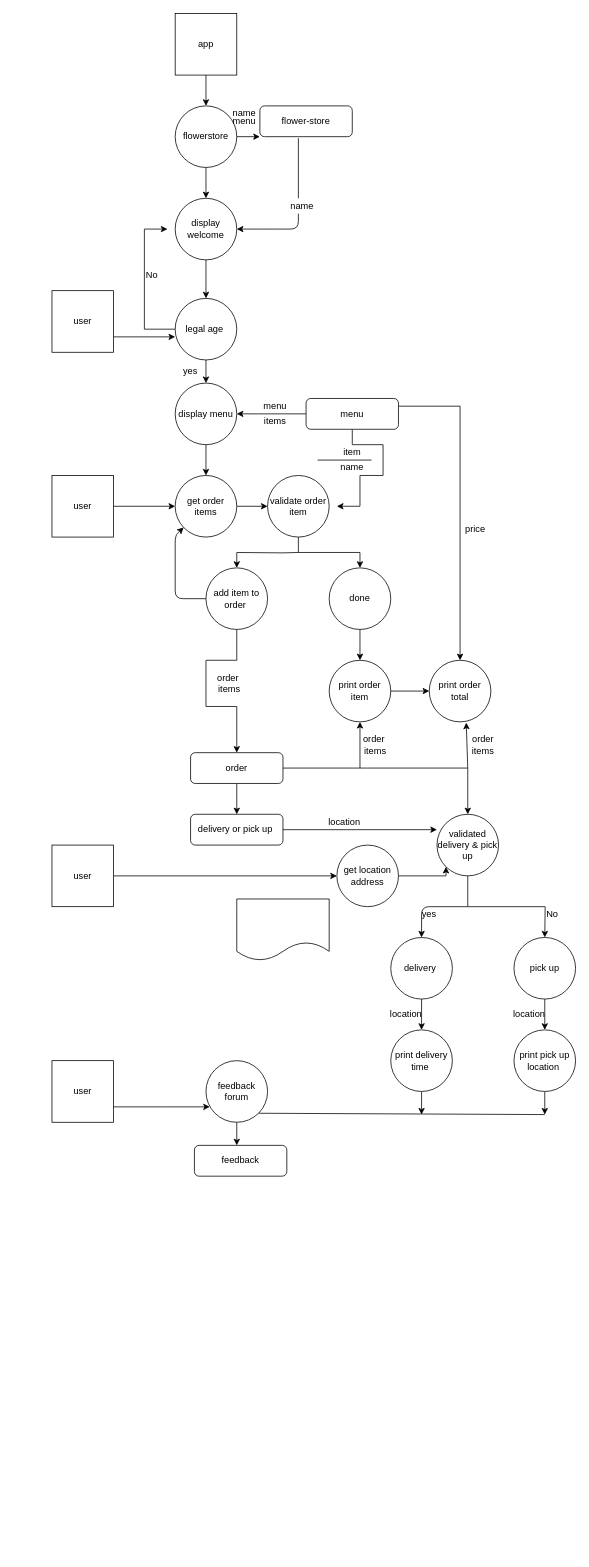
Before: Untitled Diagram.drawio in Gebrekidan-maker/app., a draw.io diagram. Source tidied: cells renumbered, new cells numbered last; positions are measured from the earlier drawing's top-left corner, leaving out a move shared by most shapes. Both pictures are drawn from the tidied source at 77%, with x=0, y=0 at pixel (52, 13).
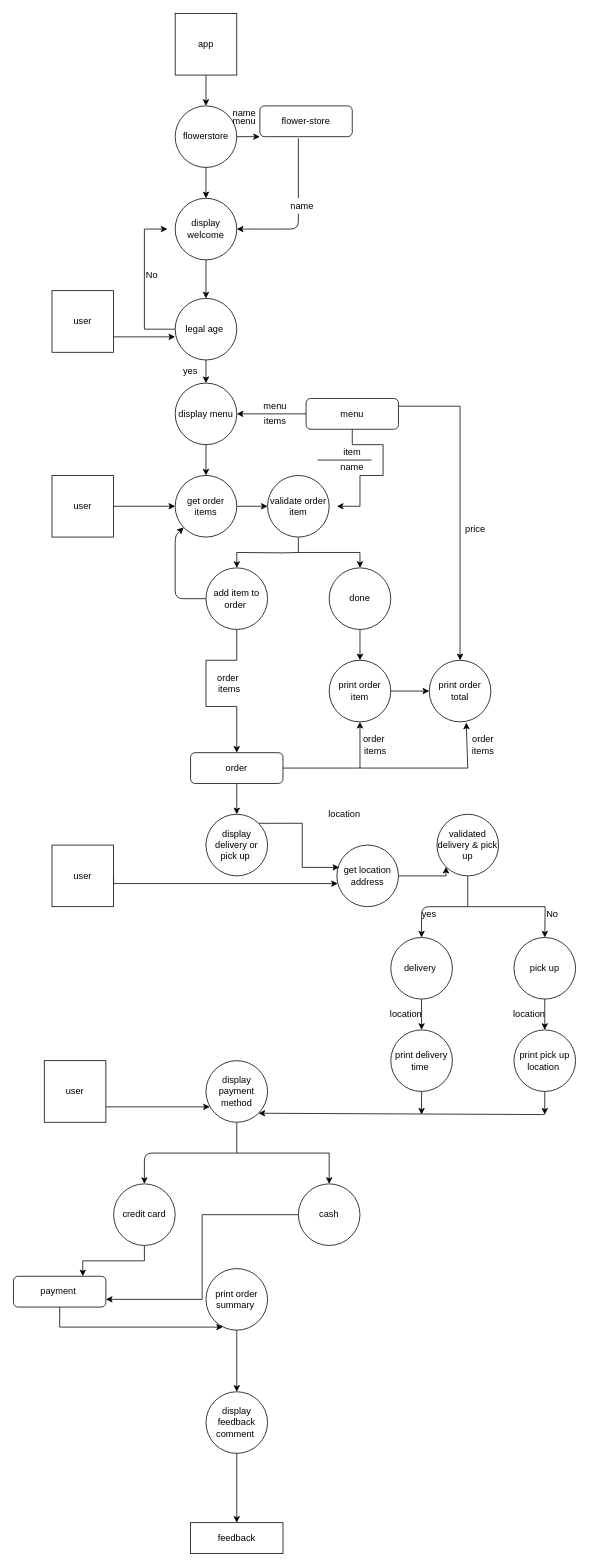
After the change.

Unchanged cells that the change refers to:
```xml
<mxCell id="41" value="order" style="rounded=1;whiteSpace=wrap;html=1;" parent="1" vertex="1">
  <mxGeometry x="180" y="960" width="120" height="40" as="geometry" />
</mxCell>
<mxCell id="59" value="validated delivery &amp;amp; pick up" style="ellipse;whiteSpace=wrap;html=1;" parent="1" vertex="1">
  <mxGeometry x="500" y="1040" width="80" height="80" as="geometry" />
</mxCell>
<mxCell id="62" value="get location address" style="ellipse;whiteSpace=wrap;html=1;" parent="1" vertex="1">
  <mxGeometry x="370" y="1080" width="80" height="80" as="geometry" />
</mxCell>
<mxCell id="64" value="user" style="whiteSpace=wrap;html=1;" parent="1" vertex="1">
  <mxGeometry y="1080" width="80" height="80" as="geometry" />
</mxCell>
```

Change to the diagram source:
```diff
@@
-    <mxCell id="40" style="edgeStyle=orthogonalEdgeStyle;rounded=0;jettySize=auto;html=1;exitX=0.5;exitY=1;exitDx=0;exitDy=0;entryX=0.5;entryY=0;entryDx=0;entryDy=0;" parent="1" edge="1" source="41" target="56">
-      <mxGeometry relative="1" as="geometry" />
+    <mxCell id="40" style="edgeStyle=orthogonalEdgeStyle;rounded=0;jettySize=auto;html=1;exitX=0.5;exitY=1;exitDx=0;exitDy=0;entryX=0.5;entryY=0;entryDx=0;entryDy=0;" parent="1" edge="1" source="41">
+      <mxGeometry relative="1" as="geometry">
+        <mxPoint x="240" y="1040" as="targetPoint" />
+      </mxGeometry>
     </mxCell>
@@
-    <mxCell id="55" style="edgeStyle=orthogonalEdgeStyle;rounded=0;jettySize=auto;html=1;exitX=1;exitY=0.5;exitDx=0;exitDy=0;entryX=0;entryY=0.25;entryDx=0;entryDy=0;entryPerimeter=0;" parent="1" edge="1" source="56" target="59">
-      <mxGeometry relative="1" as="geometry" />
-    </mxCell>
-    <mxCell id="56" value="delivery or pick up&amp;nbsp;" style="rounded=1;whiteSpace=wrap;html=1;" parent="1" vertex="1">
-      <mxGeometry x="180" y="1040" width="120" height="40" as="geometry" />
-    </mxCell>
@@
-    <mxCell id="60" style="endArrow=classic;html=1;entryX=0.5;entryY=0;entryDx=0;entryDy=0;" parent="1" edge="1" target="59">
-      <mxGeometry relative="1" as="geometry">
-        <mxPoint x="540" y="980" as="sourcePoint" />
-      </mxGeometry>
-    </mxCell>
     <mxCell id="61" value="location" style="text;html=1;strokeColor=none;fillColor=none;align=center;verticalAlign=middle;whiteSpace=wrap;rounded=0;" parent="1" vertex="1">
-      <mxGeometry x="360" y="1040" width="40" height="20" as="geometry" />
+      <mxGeometry x="360" y="1030" width="40" height="20" as="geometry" />
     </mxCell>
@@
     <mxCell id="63" style="edgeStyle=orthogonalEdgeStyle;rounded=0;jettySize=auto;html=1;exitX=1;exitY=0.5;exitDx=0;exitDy=0;" parent="1" edge="1" source="64" target="62">
-      <mxGeometry relative="1" as="geometry" />
+      <mxGeometry relative="1" as="geometry">
+        <Array as="points">
+          <mxPoint x="80" y="1130" />
+        </Array>
+      </mxGeometry>
     </mxCell>
@@
     <mxCell id="79" value="user" style="whiteSpace=wrap;html=1;" parent="1" vertex="1">
-      <mxGeometry y="1360" width="80" height="80" as="geometry" />
+      <mxGeometry x="-10" y="1360" width="80" height="80" as="geometry" />
     </mxCell>
-    <mxCell id="80" style="endArrow=none;html=1;exitX=1;exitY=1;exitDx=0;exitDy=0;" parent="1" edge="1" source="82">
-      <mxGeometry relative="1" as="geometry">
-        <mxPoint x="640" y="1430" as="targetPoint" />
-      </mxGeometry>
-    </mxCell>
-    <mxCell id="81" style="edgeStyle=orthogonalEdgeStyle;rounded=0;jettySize=auto;html=1;exitX=0.5;exitY=1;exitDx=0;exitDy=0;" parent="1" edge="1" source="82">
-      <mxGeometry relative="1" as="geometry">
-        <mxPoint x="240" y="1470" as="targetPoint" />
-      </mxGeometry>
-    </mxCell>
+    <mxCell id="87" style="edgeStyle=orthogonalEdgeStyle;rounded=0;jettySize=auto;html=1;" parent="1" edge="1" source="82" target="90">
+      <mxGeometry relative="1" as="geometry">
+        <Array as="points">
+          <mxPoint x="240" y="1480" />
+          <mxPoint x="360" y="1480" />
+        </Array>
+      </mxGeometry>
+    </mxCell>
-    <mxCell id="82" value="feedback forum" style="ellipse;whiteSpace=wrap;html=1;" parent="1" vertex="1">
+    <mxCell id="82" value="display payment method" style="ellipse;whiteSpace=wrap;html=1;" parent="1" vertex="1">
       <mxGeometry x="200" y="1360" width="80" height="80" as="geometry" />
     </mxCell>
-    <mxCell id="83" value="feedback" style="rounded=1;whiteSpace=wrap;html=1;" parent="1" vertex="1">
-      <mxGeometry x="185" y="1470" width="120" height="40" as="geometry" />
-    </mxCell>
@@
-    <mxCell id="86" style="shape=document;whiteSpace=wrap;html=1;boundedLbl=1;" parent="1" vertex="1">
-      <mxGeometry x="240" y="1150" width="120" height="80" as="geometry" />
-    </mxCell>
+    <mxCell id="88" style="endArrow=classic;html=1;entryX=1;entryY=1;entryDx=0;entryDy=0;" parent="1" edge="1" target="82">
+      <mxGeometry relative="1" as="geometry">
+        <mxPoint x="640" y="1430" as="sourcePoint" />
+      </mxGeometry>
+    </mxCell>
+    <mxCell id="89" style="edgeStyle=orthogonalEdgeStyle;rounded=0;jettySize=auto;html=1;exitX=0;exitY=0.5;exitDx=0;exitDy=0;entryX=1;entryY=0.75;entryDx=0;entryDy=0;" parent="1" edge="1" source="90" target="101">
+      <mxGeometry relative="1" as="geometry" />
+    </mxCell>
+    <mxCell id="90" value="cash" style="ellipse;whiteSpace=wrap;html=1;" parent="1" vertex="1">
+      <mxGeometry x="320" y="1520" width="80" height="80" as="geometry" />
+    </mxCell>
+    <mxCell id="91" style="endArrow=classic;html=1;entryX=0.5;entryY=0;entryDx=0;entryDy=0;" parent="1" edge="1" target="93">
+      <mxGeometry relative="1" as="geometry">
+        <mxPoint x="240" y="1480" as="sourcePoint" />
+        <Array as="points">
+          <mxPoint x="120" y="1480" />
+        </Array>
+      </mxGeometry>
+    </mxCell>
+    <mxCell id="92" style="edgeStyle=orthogonalEdgeStyle;rounded=0;jettySize=auto;html=1;exitX=0.5;exitY=1;exitDx=0;exitDy=0;entryX=0.75;entryY=0;entryDx=0;entryDy=0;" parent="1" edge="1" source="93" target="101">
+      <mxGeometry relative="1" as="geometry" />
+    </mxCell>
+    <mxCell id="93" value="credit card" style="ellipse;whiteSpace=wrap;html=1;" parent="1" vertex="1">
+      <mxGeometry x="80" y="1520" width="80" height="80" as="geometry" />
+    </mxCell>
+    <mxCell id="94" style="edgeStyle=orthogonalEdgeStyle;rounded=0;jettySize=auto;html=1;" parent="1" edge="1" source="95" target="99">
+      <mxGeometry relative="1" as="geometry" />
+    </mxCell>
+    <mxCell id="95" value="print order summary&amp;nbsp;" style="ellipse;whiteSpace=wrap;html=1;" parent="1" vertex="1">
+      <mxGeometry x="200" y="1630" width="80" height="80" as="geometry" />
+    </mxCell>
+    <mxCell id="96" style="edgeStyle=orthogonalEdgeStyle;rounded=0;jettySize=auto;html=1;exitX=1;exitY=0;exitDx=0;exitDy=0;entryX=0.038;entryY=0.363;entryDx=0;entryDy=0;entryPerimeter=0;" parent="1" edge="1" source="97" target="62">
+      <mxGeometry relative="1" as="geometry" />
+    </mxCell>
+    <mxCell id="97" value="&lt;span style=&quot;color: rgb(0 , 0 , 0) ; font-family: &amp;#34;helvetica&amp;#34; ; font-size: 12px ; font-style: normal ; font-weight: 400 ; letter-spacing: normal ; text-align: center ; text-indent: 0px ; text-transform: none ; word-spacing: 0px ; background-color: rgb(248 , 249 , 250) ; display: inline ; float: none&quot;&gt;display delivery or pick up&amp;nbsp;&lt;/span&gt;" style="ellipse;whiteSpace=wrap;html=1;" parent="1" vertex="1">
+      <mxGeometry x="200" y="1040" width="80" height="80" as="geometry" />
+    </mxCell>
+    <mxCell id="98" style="edgeStyle=orthogonalEdgeStyle;rounded=0;jettySize=auto;html=1;" parent="1" edge="1" source="99" target="83">
+      <mxGeometry relative="1" as="geometry" />
+    </mxCell>
+    <mxCell id="99" value="display feedback comment&amp;nbsp;" style="ellipse;whiteSpace=wrap;html=1;" parent="1" vertex="1">
+      <mxGeometry x="200" y="1790" width="80" height="80" as="geometry" />
+    </mxCell>
+    <mxCell id="83" value="feedback" style="whiteSpace=wrap;html=1;" parent="1" vertex="1">
+      <mxGeometry x="180" y="1960" width="120" height="40" as="geometry" />
+    </mxCell>
+    <mxCell id="100" style="edgeStyle=orthogonalEdgeStyle;rounded=0;jettySize=auto;html=1;exitX=0.5;exitY=1;exitDx=0;exitDy=0;entryX=0.275;entryY=0.95;entryDx=0;entryDy=0;entryPerimeter=0;" parent="1" edge="1" source="101" target="95">
+      <mxGeometry relative="1" as="geometry" />
+    </mxCell>
+    <mxCell id="101" value="payment&amp;nbsp;" style="rounded=1;whiteSpace=wrap;html=1;" parent="1" vertex="1">
+      <mxGeometry x="-50" y="1640" width="120" height="40" as="geometry" />
+    </mxCell>
```
